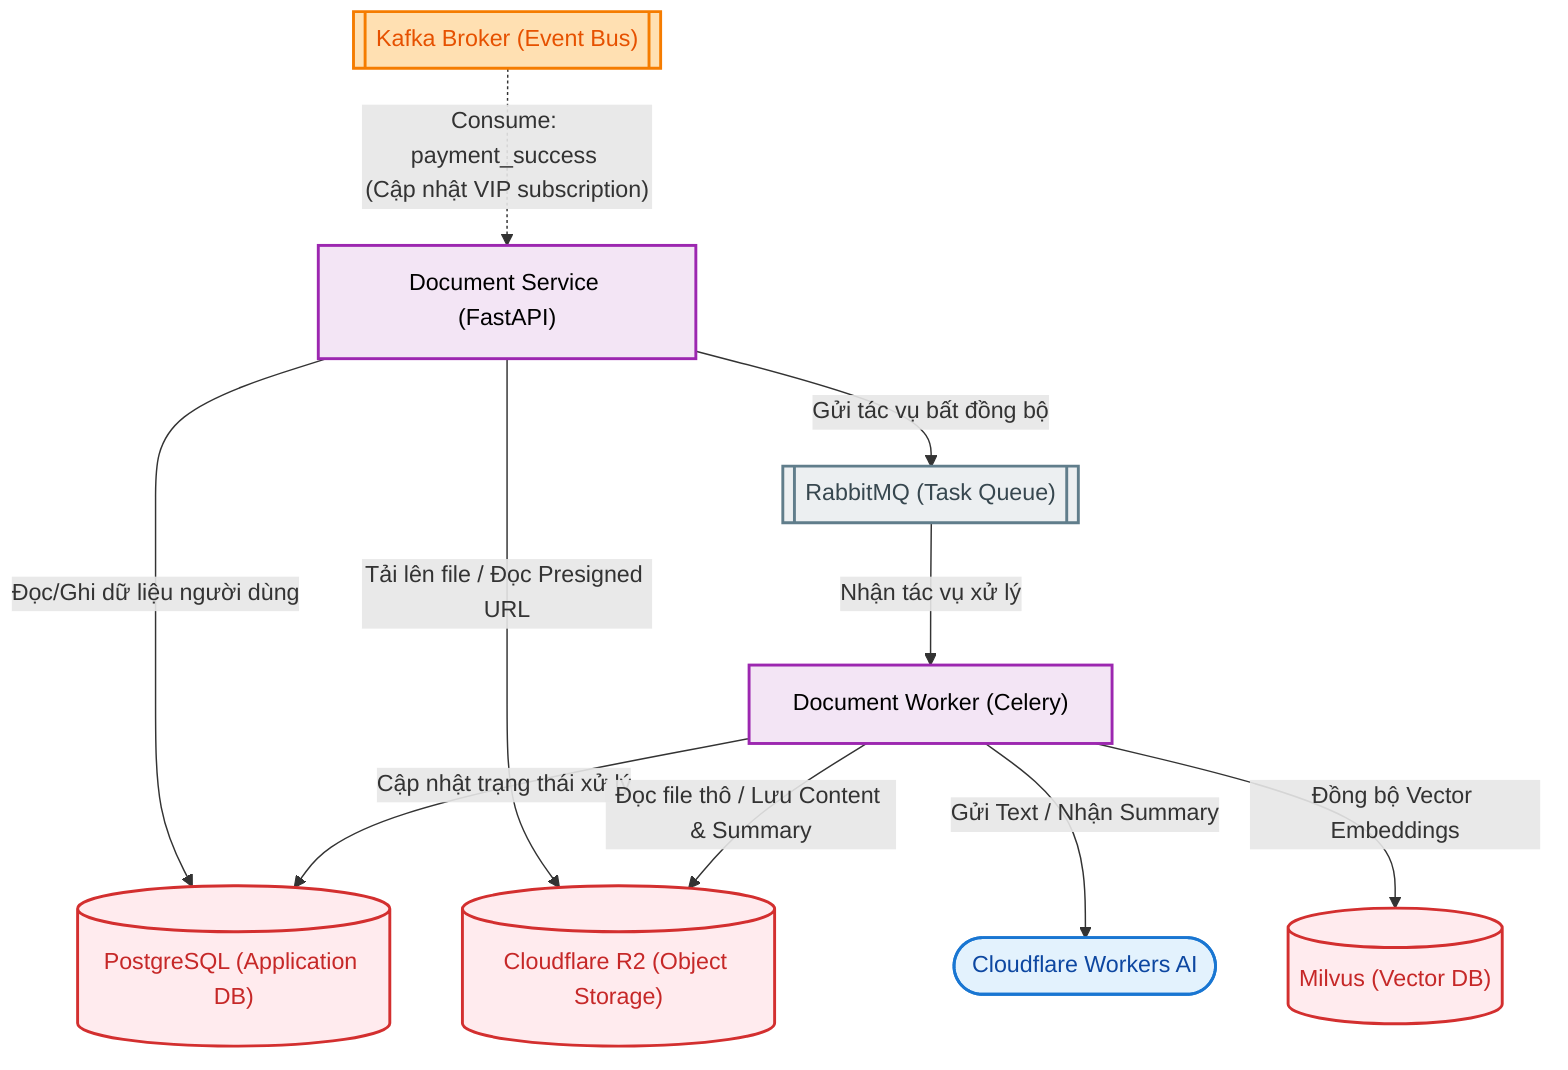
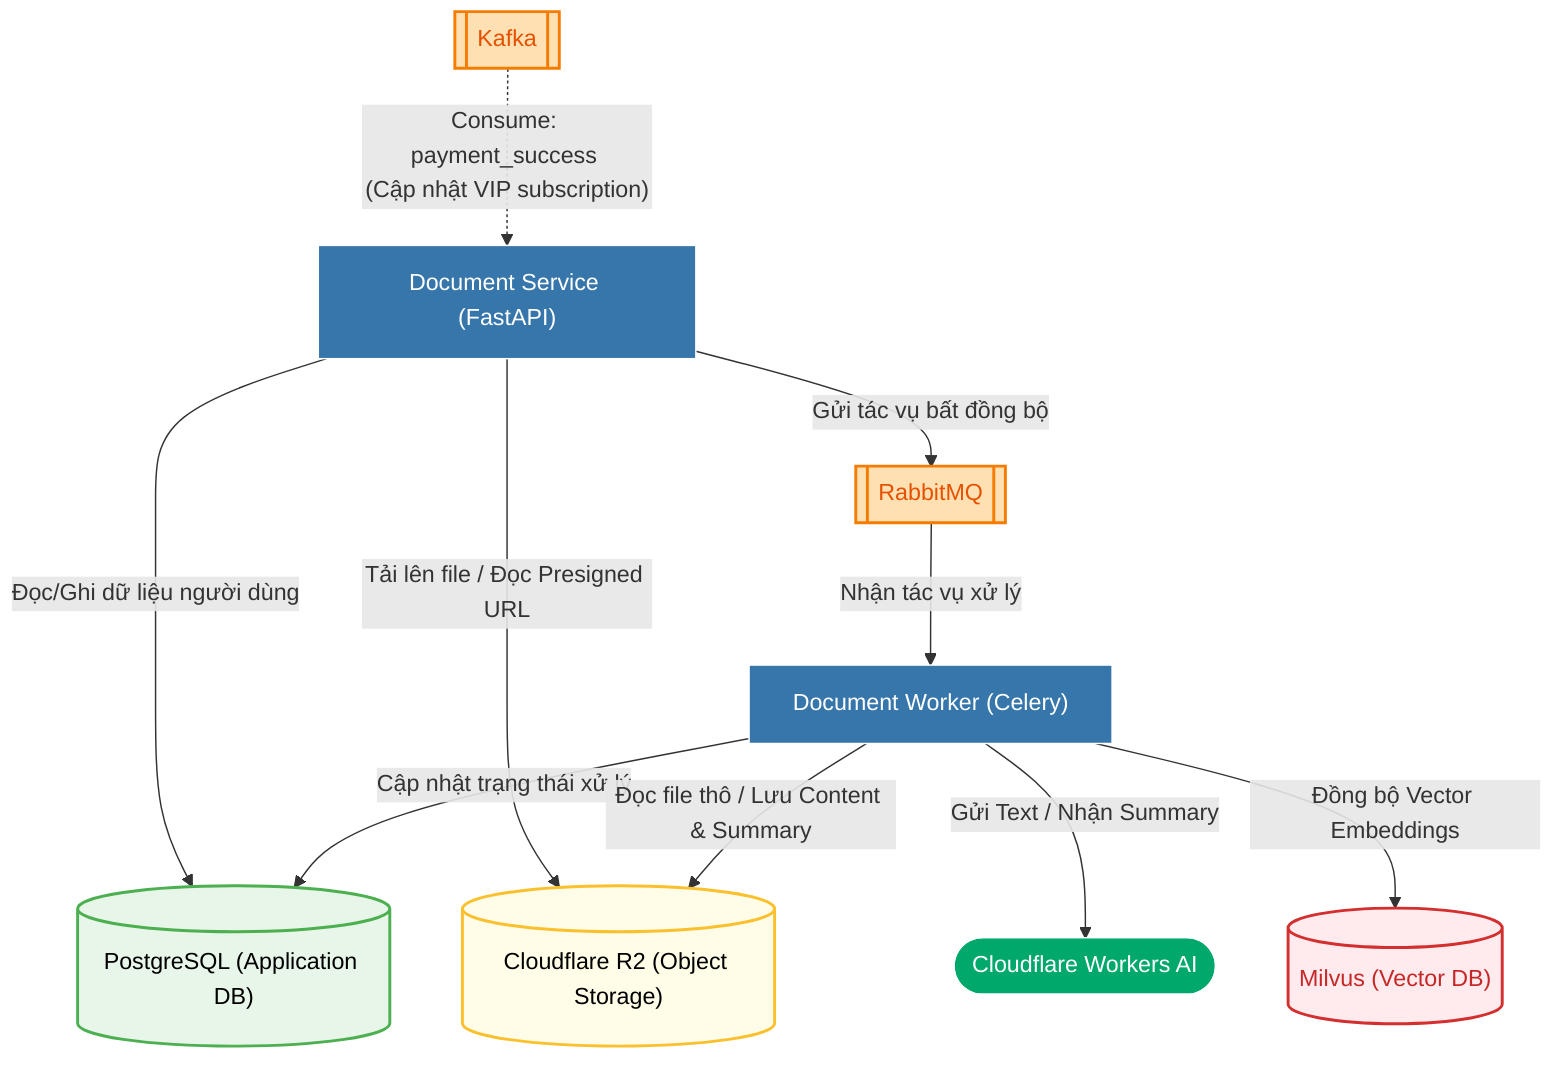
+ %% ==============================================================================
+ %% ==============================================================================
+ %% ==============================================================================
+ %% QUY ĐỊNH THỐNG NHẤT TRONG DỰ ÁN (Mermaid)
+ 
+ %% PHẦN TÀI LIỆU QUY ĐỊNH PHẢI GIỮ NGUYÊN Ở ĐẦU
+ %% PHẢI GIỮ ĐÚNG TÊN BIẾN, NẾU SƠ ĐỒ HIỆN TẠI KHÔNG ĐÚNG THÌ PHẢI SỬA LẠI
+ %% TRONG HỆ THỐNG CHỈ CÓ CONVERSATION VÀ PAYMENT LÀ internal_nest
+ %% KHI CÓ AI, LLM BÊN NGOÀI THÌ DÙNG external_service. Ví dụ: CloudflareAI(["Cloudflare Workers AI"]):::external_service
+ 
+ %% classDef external_service fill:#00a86b,stroke:#fff,stroke-width:1px,color:#fff
+ %% classDef internal_nest fill:#e0234e,stroke:#fff,stroke-width:1px,color:#fff
+ %% classDef internal_python fill:#3776ab,stroke:#fff,stroke-width:1px,color:#fff
+ 
+ %% classDef db_color fill:#e8f5e9,stroke:#4caf50,stroke-width:2px,color:#000
+ %% classDef vdb_color fill:#ffebee,stroke:#d32f2f,stroke-width:2px,color:#c62828
+ %% classDef file_db_color fill:#fffde7,stroke:#fbc02d,stroke-width:2px,color:#000
+ 
+ %% classDef client fill:#171717,stroke:#fff,stroke-width:2px,color:#fff
+ %% Client["Client (Next.js)"]:::client
+ %% classDef gateway fill:#003459,stroke:#fff,stroke-width:2px,color:#fff
+ %% Kong["Kong API Gateway"]:::gateway
+ 
+ %% classDef queue_color fill:#ffe0b2,stroke:#f57c00,stroke-width:2px,color:#e65100
+ %% Kafka[["Kafka"]]:::queue_color
+ %% RabbitMQ[["RabbitMQ"]]:::queue_color
+ 
+ %% style cache_color fill:#ffebee,stroke:#d32f2f,stroke-width:2px,color:#c62828
+ %% Redis[("Redis")]:::cache_color
+ 
+ %% classDef rtc fill:#1fd5f9,stroke:#fff,stroke-width:2px,color:#fff
+ %% LiveKit["LiveKit Server"]:::rtc
+ 
+ %% ==============================================================================
+ %% ==============================================================================
+ %% ==============================================================================

flowchart TB
-     %% Khai báo các class styles
-     classDef support fill:#f3e5f5,stroke:#9c27b0,stroke-width:2px,color:#000
-     classDef infra fill:#eceff1,stroke:#607d8b,stroke-width:2px,color:#37474f
-     classDef db fill:#ffebee,stroke:#d32f2f,stroke-width:2px,color:#c62828
-     classDef brokerStyle fill:#ffe0b2,stroke:#f57c00,stroke-width:2px,color:#e65100
-     classDef ai fill:#e3f2fd,stroke:#1976d2,stroke-width:2px,color:#0d47a1
+ %% Khai báo các class theo chuẩn quy định
+ classDef external_service fill:#00a86b,stroke:#fff,stroke-width:1px,color:#fff
+ classDef internal_nest fill:#e0234e,stroke:#fff,stroke-width:1px,color:#fff
+ classDef internal_python fill:#3776ab,stroke:#fff,stroke-width:1px,color:#fff

-     %% Shared Infrastructure
-     Broker[["Kafka Broker (Event Bus)"]]:::brokerStyle
-     CloudflareAI(["Cloudflare Workers AI"]):::ai
-     Postgres[("PostgreSQL (Application DB)")]:::db
-     R2[("Cloudflare R2 (Object Storage)")]:::db
-     Milvus[("Milvus (Vector DB)")]:::db
+ classDef db_color fill:#e8f5e9,stroke:#4caf50,stroke-width:2px,color:#000
+ classDef vdb_color fill:#ffebee,stroke:#d32f2f,stroke-width:2px,color:#c62828
+ classDef file_db_color fill:#fffde7,stroke:#fbc02d,stroke-width:2px,color:#000

-     %% Subdomains
-     DocumentService["Document Service (FastAPI)"]:::support
-     DocumentWorker["Document Worker (Celery)"]:::support
-     RabbitMQ[["RabbitMQ (Task Queue)"]]:::infra
+ classDef queue_color fill:#ffe0b2,stroke:#f57c00,stroke-width:2px,color:#e65100
+ classDef rtc fill:#1fd5f9,stroke:#fff,stroke-width:2px,color:#fff

-     %% Luồng nội bộ của Document Subdomain
-     DocumentService -->|"Gửi tác vụ bất đồng bộ"| RabbitMQ
-     RabbitMQ -->|"Nhận tác vụ xử lý"| DocumentWorker
+ %% Shared Infrastructure
+ Kafka[["Kafka"]]:::queue_color
+ CloudflareAI(["Cloudflare Workers AI"]):::external_service
+ Postgres[("PostgreSQL (Application DB)")]:::db_color
+ R2[("Cloudflare R2 (Object Storage)")]:::file_db_color
+ Milvus[("Milvus (Vector DB)")]:::vdb_color

-     %% Event Broker
-     Broker -.->|"Consume: payment_success \n(Cập nhật VIP subscription)"| DocumentService
+ %% Subdomains
+ DocumentService["Document Service (FastAPI)"]:::internal_python
+ DocumentWorker["Document Worker (Celery)"]:::internal_python
+ RabbitMQ[["RabbitMQ"]]:::queue_color

+ %% Luồng nội bộ của Document Subdomain
+ DocumentService -->|"Gửi tác vụ bất đồng bộ"| RabbitMQ
+ RabbitMQ -->|"Nhận tác vụ xử lý"| DocumentWorker

+ %% Event Broker
+ Kafka -.->|"Consume: payment_success \n(Cập nhật VIP subscription)"| DocumentService

-     %% Giao tiếp CSDL & Storage của Document Domain
-     DocumentService -->|"Đọc/Ghi dữ liệu người dùng"| Postgres
-     DocumentWorker -->|"Cập nhật trạng thái xử lý"| Postgres
+ %% Giao tiếp CSDL & Storage của Document Domain
+ DocumentService -->|"Đọc/Ghi dữ liệu người dùng"| Postgres
+ DocumentWorker -->|"Cập nhật trạng thái xử lý"| Postgres

+ DocumentService -->|"Tải lên file / Đọc Presigned URL"| R2
+ DocumentWorker -->|"Đọc file thô / Lưu Content & Summary"| R2

-     DocumentService -->|"Tải lên file / Đọc Presigned URL"| R2
-     DocumentWorker -->|"Đọc file thô / Lưu Content & Summary"| R2
- 
-     DocumentWorker -->|"Gửi Text / Nhận Summary"| CloudflareAI
-     DocumentWorker -->|"Đồng bộ Vector Embeddings"| Milvus
- 
-     %% Tích hợp AI
+ DocumentWorker -->|"Gửi Text / Nhận Summary"| CloudflareAI
+ DocumentWorker -->|"Đồng bộ Vector Embeddings"| Milvus
